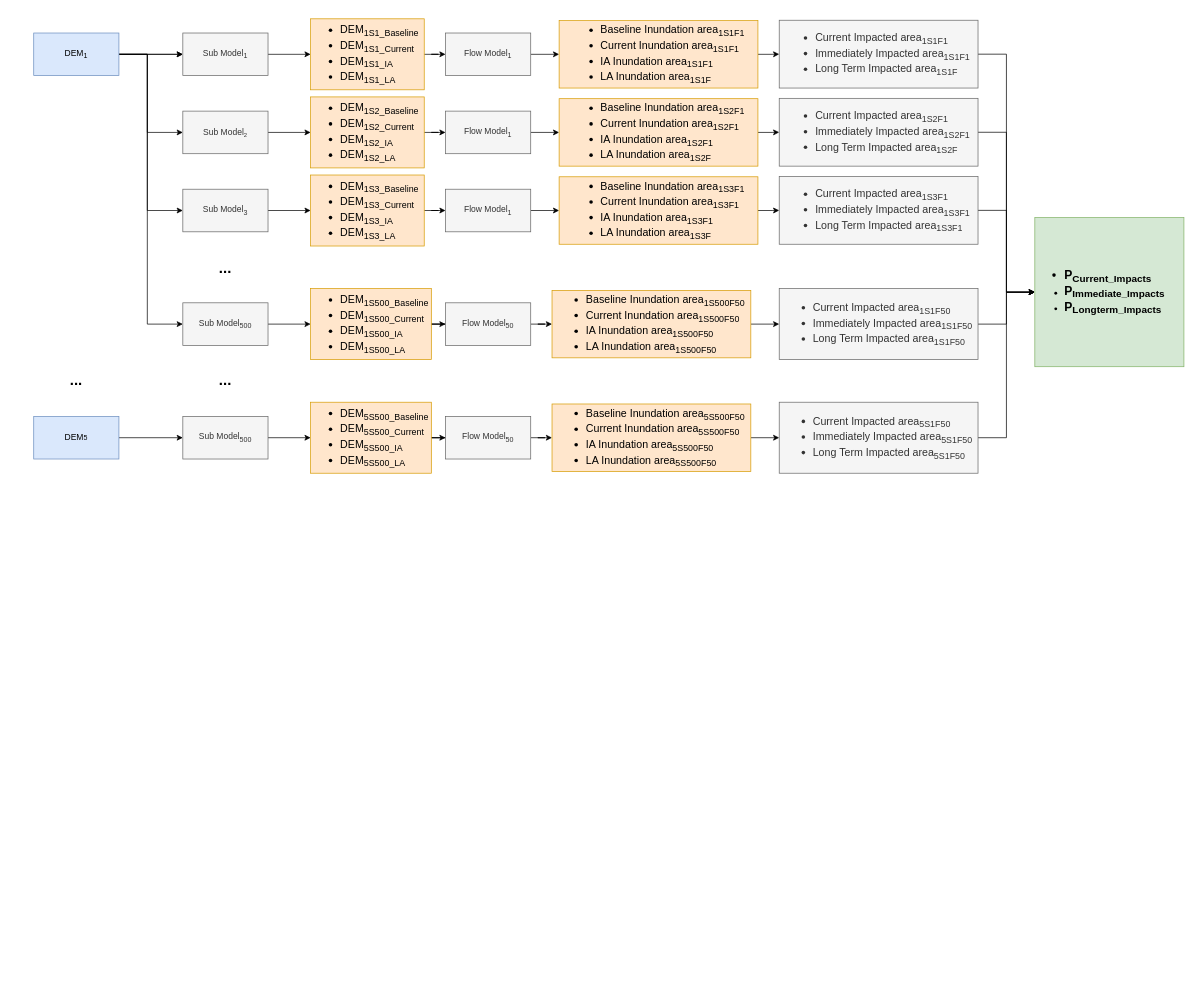
Earlier version of the draw.io diagram Untitled Diagram.drawio (Office-of-Groundwater-Impact-Assessment/ogialibs). Source tidied: cells renumbered, new cells numbered last; positions are measured from the earlier drawing's top-left corner, leaving out a move shared by most shapes. Both pictures are drawn from the tidied source at 71%, with x=0, y=0 at pixel (33, 18).
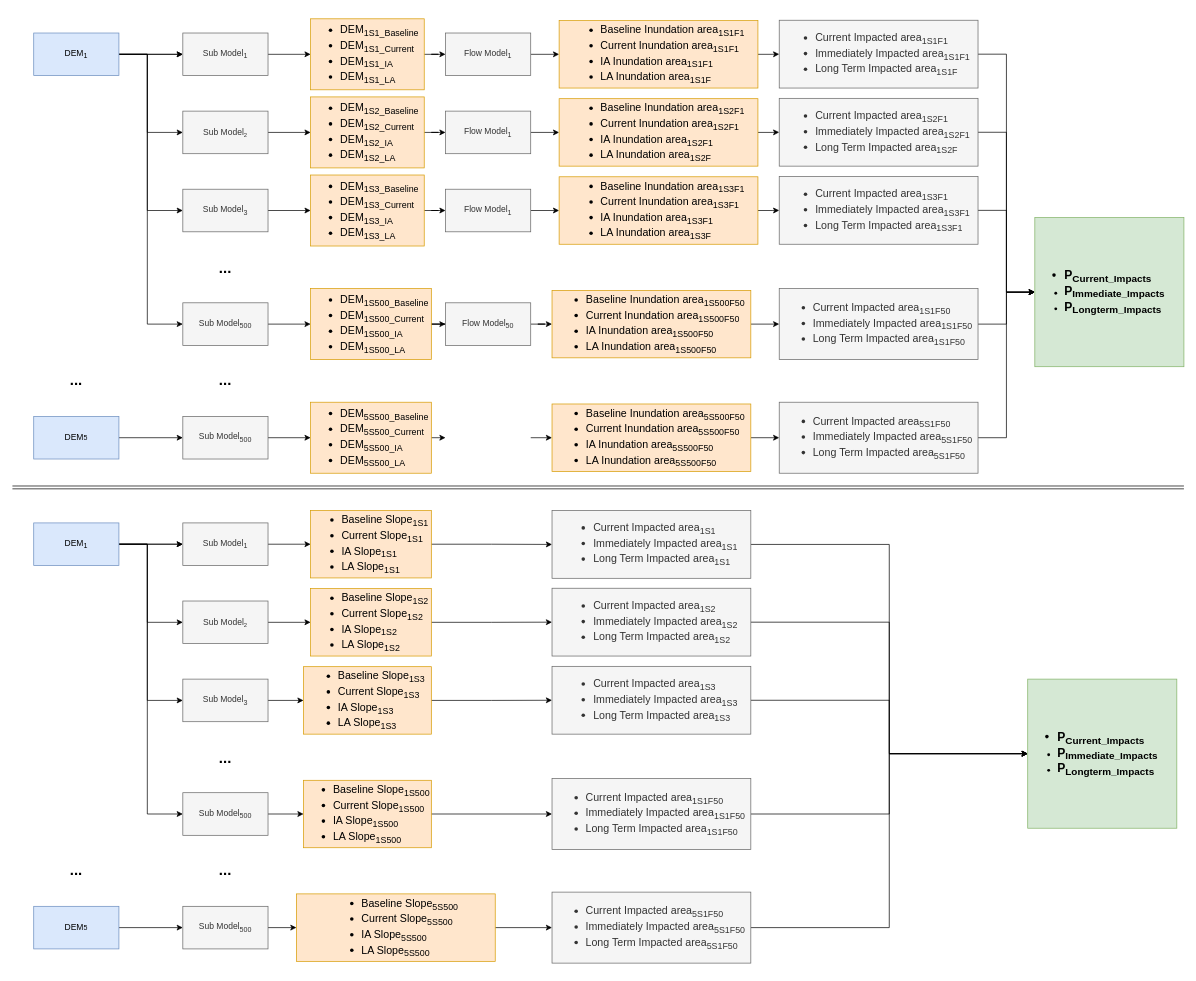
The same page after the edit.

Unchanged cells that the change refers to:
```xml
<mxCell id="54" value="&lt;ul style=&quot;font-size: 15px;&quot;&gt;&lt;li style=&quot;&quot;&gt;DEM&lt;sub style=&quot;border-color: var(--border-color);&quot;&gt;5S500_Baseline&lt;/sub&gt;&lt;/li&gt;&lt;li style=&quot;border-color: var(--border-color);&quot;&gt;DEM&lt;sub style=&quot;border-color: var(--border-color);&quot;&gt;5S500_Current&lt;/sub&gt;&lt;/li&gt;&lt;li style=&quot;border-color: var(--border-color);&quot;&gt;DEM&lt;sub style=&quot;border-color: var(--border-color);&quot;&gt;5S500_IA&lt;/sub&gt;&lt;/li&gt;&lt;li style=&quot;border-color: var(--border-color);&quot;&gt;DEM&lt;sub style=&quot;border-color: var(--border-color);&quot;&gt;5S500_LA&lt;/sub&gt;&lt;/li&gt;&lt;/ul&gt;" style="rounded=0;whiteSpace=wrap;html=1;align=left;fillColor=#ffe6cc;strokeColor=#d79b00;" parent="1" vertex="1">
  <mxGeometry x="390" y="540" width="170" height="100" as="geometry" />
</mxCell>
<mxCell id="58" value="&lt;ul style=&quot;font-size: 15px;&quot;&gt;&lt;li style=&quot;border-color: var(--border-color); text-align: left;&quot;&gt;Baseline Inundation area&lt;sub style=&quot;border-color: var(--border-color);&quot;&gt;5S500F50&lt;/sub&gt;&lt;/li&gt;&lt;li style=&quot;border-color: var(--border-color); text-align: left;&quot;&gt;Current Inundation area&lt;sub style=&quot;border-color: var(--border-color);&quot;&gt;5S500F50&lt;/sub&gt;&lt;/li&gt;&lt;li style=&quot;border-color: var(--border-color); text-align: left;&quot;&gt;IA Inundation area&lt;sub style=&quot;border-color: var(--border-color);&quot;&gt;5S500F50&lt;/sub&gt;&lt;/li&gt;&lt;li style=&quot;border-color: var(--border-color); text-align: left;&quot;&gt;LA Inundation area&lt;sub style=&quot;border-color: var(--border-color);&quot;&gt;5S500F50&lt;/sub&gt;&lt;/li&gt;&lt;/ul&gt;" style="whiteSpace=wrap;html=1;align=center;fillColor=#ffe6cc;strokeColor=#d79b00;rounded=0;" parent="1" vertex="1">
  <mxGeometry x="730" y="542.5" width="280" height="95" as="geometry" />
</mxCell>
```

Diff of the diagram source:
```diff
@@
-    <mxCell id="53" style="edgeStyle=orthogonalEdgeStyle;rounded=0;jettySize=auto;html=1;entryX=0;entryY=0.5;entryDx=0;entryDy=0;" parent="1" edge="1" source="54" target="56">
-      <mxGeometry relative="1" as="geometry" />
+    <mxCell id="53" style="edgeStyle=orthogonalEdgeStyle;rounded=0;jettySize=auto;html=1;entryX=0;entryY=0.5;entryDx=0;entryDy=0;" parent="1" edge="1" source="54">
+      <mxGeometry relative="1" as="geometry">
+        <mxPoint x="580" y="590" as="targetPoint" />
+      </mxGeometry>
     </mxCell>
@@
-    <mxCell id="55" style="edgeStyle=orthogonalEdgeStyle;rounded=0;jettySize=auto;html=1;entryX=0;entryY=0.5;entryDx=0;entryDy=0;" parent="1" edge="1" source="56" target="58">
-      <mxGeometry relative="1" as="geometry" />
+    <mxCell id="55" style="edgeStyle=orthogonalEdgeStyle;rounded=0;jettySize=auto;html=1;entryX=0;entryY=0.5;entryDx=0;entryDy=0;" parent="1" edge="1" target="58">
+      <mxGeometry relative="1" as="geometry">
+        <mxPoint x="700" y="590" as="sourcePoint" />
+      </mxGeometry>
     </mxCell>
-    <mxCell id="56" value="Flow Model&lt;sub&gt;50&lt;br&gt;&lt;/sub&gt;" style="whiteSpace=wrap;html=1;align=center;fillColor=#f5f5f5;strokeColor=#666666;rounded=0;fontColor=#333333;" parent="1" vertex="1">
-      <mxGeometry x="580" y="560" width="120" height="60" as="geometry" />
-    </mxCell>
@@
+    <mxCell id="64" style="edgeStyle=orthogonalEdgeStyle;rounded=0;jettySize=auto;html=1;" parent="1" edge="1" source="69" target="71">
+      <mxGeometry relative="1" as="geometry" />
+    </mxCell>
+    <mxCell id="65" style="edgeStyle=orthogonalEdgeStyle;rounded=0;jettySize=auto;html=1;" parent="1" edge="1" source="69" target="71">
+      <mxGeometry relative="1" as="geometry" />
+    </mxCell>
+    <mxCell id="66" style="edgeStyle=orthogonalEdgeStyle;rounded=0;jettySize=auto;html=1;entryX=0;entryY=0.5;entryDx=0;entryDy=0;" parent="1" edge="1" source="69" target="73">
+      <mxGeometry relative="1" as="geometry">
+        <Array as="points">
+          <mxPoint x="160" y="740" />
+          <mxPoint x="160" y="850" />
+        </Array>
+      </mxGeometry>
+    </mxCell>
+    <mxCell id="67" style="edgeStyle=orthogonalEdgeStyle;rounded=0;jettySize=auto;html=1;entryX=0;entryY=0.5;entryDx=0;entryDy=0;" parent="1" edge="1" source="69" target="77">
+      <mxGeometry relative="1" as="geometry">
+        <Array as="points">
+          <mxPoint x="160" y="740" />
+          <mxPoint x="160" y="1120" />
+        </Array>
+      </mxGeometry>
+    </mxCell>
+    <mxCell id="68" style="edgeStyle=orthogonalEdgeStyle;rounded=0;jettySize=auto;html=1;entryX=0;entryY=0.5;entryDx=0;entryDy=0;" parent="1" edge="1" source="69" target="75">
+      <mxGeometry relative="1" as="geometry">
+        <Array as="points">
+          <mxPoint x="160" y="740" />
+          <mxPoint x="160" y="960" />
+        </Array>
+      </mxGeometry>
+    </mxCell>
+    <mxCell id="69" value="DEM&lt;sub&gt;1&lt;/sub&gt;" style="rounded=0;whiteSpace=wrap;html=1;fillColor=#dae8fc;strokeColor=#6c8ebf;" parent="1" vertex="1">
+      <mxGeometry y="710" width="120" height="60" as="geometry" />
+    </mxCell>
+    <mxCell id="70" style="edgeStyle=orthogonalEdgeStyle;rounded=0;jettySize=auto;html=1;entryX=0;entryY=0.5;entryDx=0;entryDy=0;" parent="1" edge="1" source="71" target="80">
+      <mxGeometry relative="1" as="geometry" />
+    </mxCell>
+    <mxCell id="71" value="Sub Model&lt;sub&gt;1&lt;/sub&gt;" style="rounded=0;whiteSpace=wrap;html=1;fillColor=#f5f5f5;strokeColor=#666666;fontColor=#333333;" parent="1" vertex="1">
+      <mxGeometry x="210" y="710" width="120" height="60" as="geometry" />
+    </mxCell>
+    <mxCell id="72" style="edgeStyle=orthogonalEdgeStyle;rounded=0;jettySize=auto;html=1;" parent="1" edge="1" source="73" target="82">
+      <mxGeometry relative="1" as="geometry" />
+    </mxCell>
+    <mxCell id="73" value="Sub Model&lt;span style=&quot;font-size: 10px;&quot;&gt;&lt;sub&gt;2&lt;/sub&gt;&lt;/span&gt;" style="rounded=0;whiteSpace=wrap;html=1;fillColor=#f5f5f5;strokeColor=#666666;fontColor=#333333;" parent="1" vertex="1">
+      <mxGeometry x="210" y="820" width="120" height="60" as="geometry" />
+    </mxCell>
+    <mxCell id="74" style="edgeStyle=orthogonalEdgeStyle;rounded=0;jettySize=auto;html=1;" parent="1" edge="1" source="75" target="84">
+      <mxGeometry relative="1" as="geometry" />
+    </mxCell>
+    <mxCell id="75" value="Sub Model&lt;sub&gt;3&lt;/sub&gt;" style="rounded=0;whiteSpace=wrap;html=1;fillColor=#f5f5f5;strokeColor=#666666;fontColor=#333333;" parent="1" vertex="1">
+      <mxGeometry x="210" y="930" width="120" height="60" as="geometry" />
+    </mxCell>
+    <mxCell id="76" style="edgeStyle=orthogonalEdgeStyle;rounded=0;jettySize=auto;html=1;" parent="1" edge="1" source="77" target="86">
+      <mxGeometry relative="1" as="geometry" />
+    </mxCell>
+    <mxCell id="77" value="Sub Model&lt;sub&gt;500&lt;/sub&gt;" style="rounded=0;whiteSpace=wrap;html=1;fillColor=#f5f5f5;strokeColor=#666666;fontColor=#333333;" parent="1" vertex="1">
+      <mxGeometry x="210" y="1090" width="120" height="60" as="geometry" />
+    </mxCell>
+    <mxCell id="78" value="&lt;font style=&quot;font-size: 21px;&quot;&gt;&lt;b&gt;...&lt;/b&gt;&lt;/font&gt;" style="text;html=1;strokeColor=none;fillColor=none;align=center;verticalAlign=middle;whiteSpace=wrap;rounded=0;" parent="1" vertex="1">
+      <mxGeometry x="240" y="1010" width="60" height="60" as="geometry" />
+    </mxCell>
+    <mxCell id="79" style="edgeStyle=orthogonalEdgeStyle;rounded=0;jettySize=auto;html=1;" parent="1" edge="1" source="80" target="88">
+      <mxGeometry relative="1" as="geometry" />
+    </mxCell>
+    <mxCell id="80" value="&lt;ul style=&quot;font-size: 15px;&quot;&gt;&lt;li style=&quot;text-align: left;&quot;&gt;Baseline Slope&lt;sub&gt;1S1&lt;/sub&gt;&lt;/li&gt;&lt;li style=&quot;border-color: var(--border-color); text-align: left;&quot;&gt;Current Slope&lt;sub style=&quot;border-color: var(--border-color);&quot;&gt;1S1&lt;/sub&gt;&lt;/li&gt;&lt;li style=&quot;border-color: var(--border-color); text-align: left;&quot;&gt;IA Slope&lt;sub style=&quot;border-color: var(--border-color);&quot;&gt;1S1&lt;/sub&gt;&lt;/li&gt;&lt;li style=&quot;border-color: var(--border-color); text-align: left;&quot;&gt;LA Slope&lt;sub style=&quot;border-color: var(--border-color);&quot;&gt;1S1&lt;br&gt;&lt;/sub&gt;&lt;/li&gt;&lt;/ul&gt;" style="whiteSpace=wrap;html=1;align=center;fillColor=#ffe6cc;strokeColor=#d79b00;rounded=0;" parent="1" vertex="1">
+      <mxGeometry x="390" y="692.5" width="170" height="95" as="geometry" />
+    </mxCell>
+    <mxCell id="81" style="edgeStyle=orthogonalEdgeStyle;rounded=0;jettySize=auto;html=1;" parent="1" edge="1" source="82" target="90">
+      <mxGeometry relative="1" as="geometry" />
+    </mxCell>
+    <mxCell id="82" value="&lt;ul style=&quot;font-size: 15px;&quot;&gt;&lt;li style=&quot;border-color: var(--border-color); text-align: left;&quot;&gt;Baseline Slope&lt;sub style=&quot;border-color: var(--border-color);&quot;&gt;1S2&lt;/sub&gt;&lt;/li&gt;&lt;li style=&quot;border-color: var(--border-color); text-align: left;&quot;&gt;Current Slope&lt;sub style=&quot;border-color: var(--border-color);&quot;&gt;1S2&lt;/sub&gt;&lt;/li&gt;&lt;li style=&quot;border-color: var(--border-color); text-align: left;&quot;&gt;IA Slope&lt;sub style=&quot;border-color: var(--border-color);&quot;&gt;1S2&lt;/sub&gt;&lt;/li&gt;&lt;li style=&quot;border-color: var(--border-color); text-align: left;&quot;&gt;LA Slope&lt;sub style=&quot;border-color: var(--border-color);&quot;&gt;1S2&lt;/sub&gt;&lt;/li&gt;&lt;/ul&gt;" style="whiteSpace=wrap;html=1;align=center;fillColor=#ffe6cc;strokeColor=#d79b00;rounded=0;" parent="1" vertex="1">
+      <mxGeometry x="390" y="802.5" width="170" height="95" as="geometry" />
+    </mxCell>
+    <mxCell id="83" style="edgeStyle=orthogonalEdgeStyle;rounded=0;jettySize=auto;html=1;" parent="1" edge="1" source="84" target="92">
+      <mxGeometry relative="1" as="geometry" />
+    </mxCell>
+    <mxCell id="84" value="&lt;ul style=&quot;font-size: 15px;&quot;&gt;&lt;li style=&quot;border-color: var(--border-color); text-align: left;&quot;&gt;Baseline Slope&lt;sub style=&quot;border-color: var(--border-color);&quot;&gt;1S3&lt;/sub&gt;&lt;/li&gt;&lt;li style=&quot;border-color: var(--border-color); text-align: left;&quot;&gt;Current Slope&lt;sub style=&quot;border-color: var(--border-color);&quot;&gt;1S3&lt;/sub&gt;&lt;/li&gt;&lt;li style=&quot;border-color: var(--border-color); text-align: left;&quot;&gt;IA Slope&lt;sub style=&quot;border-color: var(--border-color);&quot;&gt;1S3&lt;/sub&gt;&lt;/li&gt;&lt;li style=&quot;border-color: var(--border-color); text-align: left;&quot;&gt;LA Slope&lt;sub style=&quot;border-color: var(--border-color);&quot;&gt;1S3&lt;/sub&gt;&lt;/li&gt;&lt;/ul&gt;" style="whiteSpace=wrap;html=1;align=center;fillColor=#ffe6cc;strokeColor=#d79b00;rounded=0;" parent="1" vertex="1">
+      <mxGeometry x="380" y="912.5" width="180" height="95" as="geometry" />
+    </mxCell>
+    <mxCell id="85" style="edgeStyle=orthogonalEdgeStyle;rounded=0;jettySize=auto;html=1;" parent="1" edge="1" source="86" target="94">
+      <mxGeometry relative="1" as="geometry" />
+    </mxCell>
+    <mxCell id="86" value="&lt;ul style=&quot;font-size: 15px;&quot;&gt;&lt;li style=&quot;border-color: var(--border-color); text-align: left;&quot;&gt;Baseline Slope&lt;sub style=&quot;border-color: var(--border-color);&quot;&gt;1S500&lt;/sub&gt;&lt;/li&gt;&lt;li style=&quot;border-color: var(--border-color); text-align: left;&quot;&gt;Current Slope&lt;sub style=&quot;background-color: initial; border-color: var(--border-color);&quot;&gt;1S500&lt;/sub&gt;&lt;/li&gt;&lt;li style=&quot;border-color: var(--border-color); text-align: left;&quot;&gt;IA Slope&lt;sub style=&quot;border-color: var(--border-color);&quot;&gt;1S500&lt;/sub&gt;&lt;/li&gt;&lt;li style=&quot;border-color: var(--border-color); text-align: left;&quot;&gt;LA Slope&lt;sub style=&quot;border-color: var(--border-color);&quot;&gt;1S500&lt;/sub&gt;&lt;/li&gt;&lt;/ul&gt;" style="whiteSpace=wrap;html=1;align=center;fillColor=#ffe6cc;strokeColor=#d79b00;rounded=0;" parent="1" vertex="1">
+      <mxGeometry x="380" y="1072.5" width="180" height="95" as="geometry" />
+    </mxCell>
+    <mxCell id="87" style="edgeStyle=orthogonalEdgeStyle;rounded=0;jettySize=auto;html=1;entryX=0;entryY=0.5;entryDx=0;entryDy=0;" parent="1" edge="1" source="88" target="95">
+      <mxGeometry relative="1" as="geometry" />
+    </mxCell>
+    <mxCell id="88" value="&lt;ul style=&quot;border-color: var(--border-color); font-size: 15px;&quot;&gt;&lt;li style=&quot;border-color: var(--border-color); text-align: left;&quot;&gt;Current Impacted area&lt;sub style=&quot;border-color: var(--border-color);&quot;&gt;1S1&lt;/sub&gt;&lt;/li&gt;&lt;li style=&quot;border-color: var(--border-color); text-align: left;&quot;&gt;Immediately Impacted area&lt;sub style=&quot;border-color: var(--border-color);&quot;&gt;1S1&lt;/sub&gt;&lt;/li&gt;&lt;li style=&quot;text-align: left; border-color: var(--border-color);&quot;&gt;Long Term Impacted area&lt;sub style=&quot;border-color: var(--border-color);&quot;&gt;1S1&lt;/sub&gt;&lt;/li&gt;&lt;/ul&gt;" style="whiteSpace=wrap;html=1;align=center;fillColor=#f5f5f5;strokeColor=#666666;rounded=0;fontColor=#333333;" parent="1" vertex="1">
+      <mxGeometry x="730" y="692.5" width="280" height="95.5" as="geometry" />
+    </mxCell>
+    <mxCell id="89" style="edgeStyle=orthogonalEdgeStyle;rounded=0;jettySize=auto;html=1;entryX=0;entryY=0.5;entryDx=0;entryDy=0;" parent="1" edge="1" source="90" target="95">
+      <mxGeometry relative="1" as="geometry" />
+    </mxCell>
+    <mxCell id="90" value="&lt;ul style=&quot;border-color: var(--border-color); font-size: 15px;&quot;&gt;&lt;li style=&quot;border-color: var(--border-color); text-align: left;&quot;&gt;Current Impacted area&lt;sub style=&quot;border-color: var(--border-color);&quot;&gt;1S2&lt;/sub&gt;&lt;/li&gt;&lt;li style=&quot;border-color: var(--border-color); text-align: left;&quot;&gt;Immediately Impacted area&lt;sub style=&quot;border-color: var(--border-color);&quot;&gt;1S2&lt;/sub&gt;&lt;/li&gt;&lt;li style=&quot;text-align: left; border-color: var(--border-color);&quot;&gt;Long Term Impacted area&lt;sub style=&quot;border-color: var(--border-color);&quot;&gt;1S2&lt;/sub&gt;&lt;/li&gt;&lt;/ul&gt;" style="whiteSpace=wrap;html=1;align=center;fillColor=#f5f5f5;strokeColor=#666666;rounded=0;fontColor=#333333;" parent="1" vertex="1">
+      <mxGeometry x="730" y="802" width="280" height="95.5" as="geometry" />
+    </mxCell>
+    <mxCell id="91" style="edgeStyle=orthogonalEdgeStyle;rounded=0;jettySize=auto;html=1;" parent="1" edge="1" source="92" target="95">
+      <mxGeometry relative="1" as="geometry" />
+    </mxCell>
+    <mxCell id="92" value="&lt;ul style=&quot;border-color: var(--border-color); font-size: 15px;&quot;&gt;&lt;li style=&quot;border-color: var(--border-color); text-align: left;&quot;&gt;Current Impacted area&lt;sub style=&quot;border-color: var(--border-color);&quot;&gt;1S3&lt;/sub&gt;&lt;/li&gt;&lt;li style=&quot;border-color: var(--border-color); text-align: left;&quot;&gt;Immediately Impacted area&lt;sub style=&quot;border-color: var(--border-color);&quot;&gt;1S3&lt;/sub&gt;&lt;/li&gt;&lt;li style=&quot;text-align: left; border-color: var(--border-color);&quot;&gt;Long Term Impacted area&lt;sub style=&quot;border-color: var(--border-color);&quot;&gt;1S3&lt;/sub&gt;&lt;/li&gt;&lt;/ul&gt;" style="whiteSpace=wrap;html=1;align=center;fillColor=#f5f5f5;strokeColor=#666666;rounded=0;fontColor=#333333;" parent="1" vertex="1">
+      <mxGeometry x="730" y="912" width="280" height="95.5" as="geometry" />
+    </mxCell>
+    <mxCell id="93" style="edgeStyle=orthogonalEdgeStyle;rounded=0;jettySize=auto;html=1;entryX=0;entryY=0.5;entryDx=0;entryDy=0;" parent="1" edge="1" source="94" target="95">
+      <mxGeometry relative="1" as="geometry" />
+    </mxCell>
+    <mxCell id="94" value="&lt;ul style=&quot;border-color: var(--border-color); font-size: 15px;&quot;&gt;&lt;li style=&quot;border-color: var(--border-color); text-align: left;&quot;&gt;Current Impacted area&lt;sub style=&quot;border-color: var(--border-color);&quot;&gt;1S1F50&lt;/sub&gt;&lt;/li&gt;&lt;li style=&quot;border-color: var(--border-color); text-align: left;&quot;&gt;Immediately Impacted area&lt;sub style=&quot;border-color: var(--border-color);&quot;&gt;1S1F50&lt;/sub&gt;&lt;/li&gt;&lt;li style=&quot;text-align: left; border-color: var(--border-color);&quot;&gt;Long Term Impacted area&lt;sub style=&quot;border-color: var(--border-color);&quot;&gt;1S1F50&lt;/sub&gt;&lt;/li&gt;&lt;/ul&gt;" style="whiteSpace=wrap;html=1;align=center;fillColor=#f5f5f5;strokeColor=#666666;rounded=0;fontColor=#333333;" parent="1" vertex="1">
+      <mxGeometry x="730" y="1070" width="280" height="100" as="geometry" />
+    </mxCell>
+    <mxCell id="95" value="&lt;ul style=&quot;&quot;&gt;&lt;li style=&quot;font-size: 17px;&quot;&gt;&lt;b&gt;P&lt;/b&gt;&lt;sub style=&quot;font-size: 14px;&quot;&gt;&lt;b style=&quot;&quot;&gt;C&lt;span style=&quot;&quot;&gt;urrent_Impacts&lt;/span&gt;&lt;/b&gt;&lt;/sub&gt;&lt;/li&gt;&lt;li style=&quot;border-color: var(--border-color);&quot;&gt;&lt;b style=&quot;border-color: var(--border-color);&quot;&gt;&lt;span style=&quot;font-size: 17px;&quot;&gt;P&lt;/span&gt;&lt;sub style=&quot;border-color: var(--border-color);&quot;&gt;&lt;font style=&quot;font-size: 14px;&quot;&gt;Immediate_Impacts&lt;/font&gt;&lt;/sub&gt;&lt;/b&gt;&lt;/li&gt;&lt;li style=&quot;border-color: var(--border-color);&quot;&gt;&lt;b style=&quot;border-color: var(--border-color);&quot;&gt;&lt;span style=&quot;font-size: 17px;&quot;&gt;P&lt;/span&gt;&lt;sub style=&quot;border-color: var(--border-color);&quot;&gt;&lt;font style=&quot;font-size: 14px;&quot;&gt;Longterm_Impacts&lt;/font&gt;&lt;/sub&gt;&lt;/b&gt;&lt;/li&gt;&lt;/ul&gt;" style="whiteSpace=wrap;html=1;align=left;fillColor=#d5e8d4;strokeColor=#82b366;" parent="1" vertex="1">
+      <mxGeometry x="1400" y="930" width="210" height="210" as="geometry" />
+    </mxCell>
+    <mxCell id="96" value="&lt;font style=&quot;font-size: 21px;&quot;&gt;&lt;b&gt;...&lt;/b&gt;&lt;/font&gt;" style="text;html=1;strokeColor=none;fillColor=none;align=center;verticalAlign=middle;whiteSpace=wrap;rounded=0;" parent="1" vertex="1">
+      <mxGeometry x="240" y="1167.5" width="60" height="60" as="geometry" />
+    </mxCell>
+    <mxCell id="97" style="edgeStyle=orthogonalEdgeStyle;rounded=0;jettySize=auto;html=1;entryX=0;entryY=0.5;entryDx=0;entryDy=0;" parent="1" edge="1" source="98" target="100">
+      <mxGeometry relative="1" as="geometry" />
+    </mxCell>
+    <mxCell id="98" value="Sub Model&lt;sub&gt;500&lt;/sub&gt;" style="rounded=0;whiteSpace=wrap;html=1;fillColor=#f5f5f5;strokeColor=#666666;fontColor=#333333;" parent="1" vertex="1">
+      <mxGeometry x="210" y="1250" width="120" height="60" as="geometry" />
+    </mxCell>
+    <mxCell id="99" style="edgeStyle=orthogonalEdgeStyle;rounded=0;jettySize=auto;html=1;" parent="1" edge="1" source="100" target="102">
+      <mxGeometry relative="1" as="geometry" />
+    </mxCell>
+    <mxCell id="100" value="&lt;ul style=&quot;font-size: 15px;&quot;&gt;&lt;li style=&quot;border-color: var(--border-color); text-align: left;&quot;&gt;Baseline Slope&lt;sub style=&quot;border-color: var(--border-color);&quot;&gt;5S500&lt;/sub&gt;&lt;/li&gt;&lt;li style=&quot;border-color: var(--border-color); text-align: left;&quot;&gt;Current Slope&lt;sub style=&quot;border-color: var(--border-color);&quot;&gt;5S500&lt;/sub&gt;&lt;/li&gt;&lt;li style=&quot;border-color: var(--border-color); text-align: left;&quot;&gt;IA Slope&lt;sub style=&quot;border-color: var(--border-color);&quot;&gt;5S500&lt;/sub&gt;&lt;/li&gt;&lt;li style=&quot;border-color: var(--border-color); text-align: left;&quot;&gt;LA Slope&lt;sub style=&quot;border-color: var(--border-color);&quot;&gt;5S500&lt;/sub&gt;&lt;/li&gt;&lt;/ul&gt;" style="whiteSpace=wrap;html=1;align=center;fillColor=#ffe6cc;strokeColor=#d79b00;rounded=0;" parent="1" vertex="1">
+      <mxGeometry x="370" y="1232.5" width="280" height="95" as="geometry" />
+    </mxCell>
+    <mxCell id="101" style="edgeStyle=orthogonalEdgeStyle;rounded=0;jettySize=auto;html=1;entryX=0;entryY=0.5;entryDx=0;entryDy=0;" parent="1" edge="1" source="102" target="95">
+      <mxGeometry relative="1" as="geometry" />
+    </mxCell>
+    <mxCell id="102" value="&lt;ul style=&quot;border-color: var(--border-color); font-size: 15px;&quot;&gt;&lt;li style=&quot;border-color: var(--border-color); text-align: left;&quot;&gt;Current Impacted area&lt;sub style=&quot;border-color: var(--border-color);&quot;&gt;5S1F50&lt;/sub&gt;&lt;/li&gt;&lt;li style=&quot;border-color: var(--border-color); text-align: left;&quot;&gt;Immediately Impacted area&lt;sub style=&quot;border-color: var(--border-color);&quot;&gt;5S1F50&lt;/sub&gt;&lt;/li&gt;&lt;li style=&quot;text-align: left; border-color: var(--border-color);&quot;&gt;Long Term Impacted area&lt;sub style=&quot;border-color: var(--border-color);&quot;&gt;5S1F50&lt;/sub&gt;&lt;/li&gt;&lt;/ul&gt;" style="whiteSpace=wrap;html=1;align=center;fillColor=#f5f5f5;strokeColor=#666666;rounded=0;fontColor=#333333;" parent="1" vertex="1">
+      <mxGeometry x="730" y="1230" width="280" height="100" as="geometry" />
+    </mxCell>
+    <mxCell id="103" style="edgeStyle=orthogonalEdgeStyle;rounded=0;jettySize=auto;html=1;entryX=0;entryY=0.5;entryDx=0;entryDy=0;" parent="1" edge="1" source="104" target="98">
+      <mxGeometry relative="1" as="geometry" />
+    </mxCell>
+    <mxCell id="104" value="DEM&lt;span style=&quot;font-size: 10px;&quot;&gt;5&lt;/span&gt;" style="rounded=0;whiteSpace=wrap;html=1;fillColor=#dae8fc;strokeColor=#6c8ebf;" parent="1" vertex="1">
+      <mxGeometry y="1250" width="120" height="60" as="geometry" />
+    </mxCell>
+    <mxCell id="105" value="&lt;font style=&quot;font-size: 21px;&quot;&gt;&lt;b&gt;...&lt;/b&gt;&lt;/font&gt;" style="text;html=1;strokeColor=none;fillColor=none;align=center;verticalAlign=middle;whiteSpace=wrap;rounded=0;" parent="1" vertex="1">
+      <mxGeometry x="30" y="1167.5" width="60" height="60" as="geometry" />
+    </mxCell>
+    <mxCell id="106" style="shape=link;html=1;rounded=0;" parent="1" edge="1">
+      <mxGeometry relative="1" as="geometry">
+        <mxPoint x="-30" y="660" as="sourcePoint" />
+        <mxPoint x="1620" y="660" as="targetPoint" />
+      </mxGeometry>
+    </mxCell>
```
